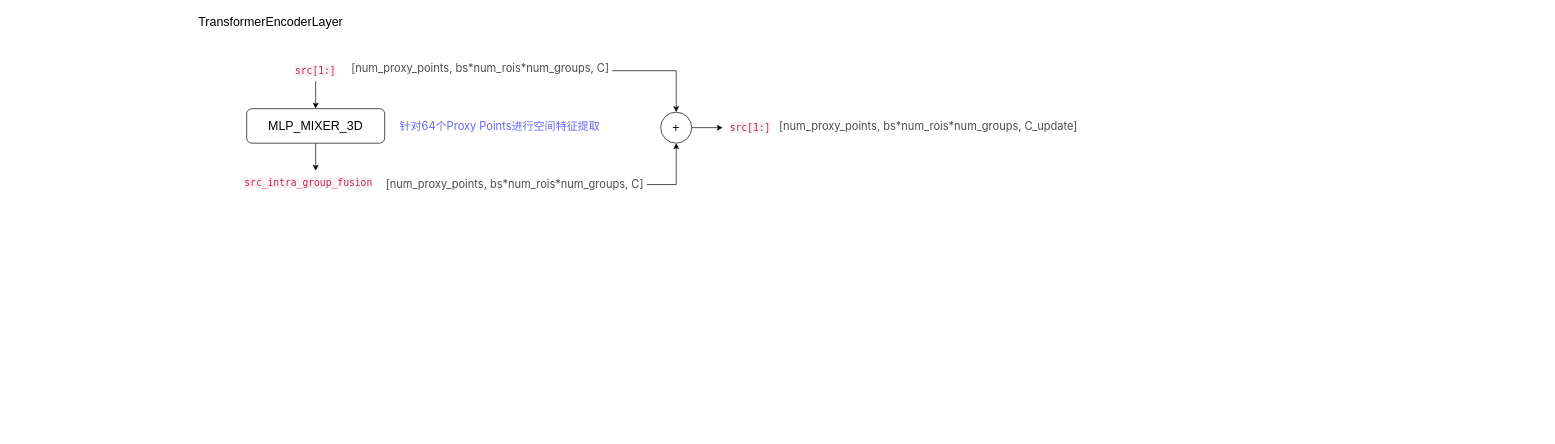
The draw.io diagram mppnet.drawio in wennieWN/UML, before the edit. Source tidied: cells renumbered, new cells numbered last; positions are measured from the earlier drawing's top-left corner, leaving out a move shared by most shapes. Both pictures are drawn from the tidied source at 69%, with x=0, y=0 at pixel (191, 12).
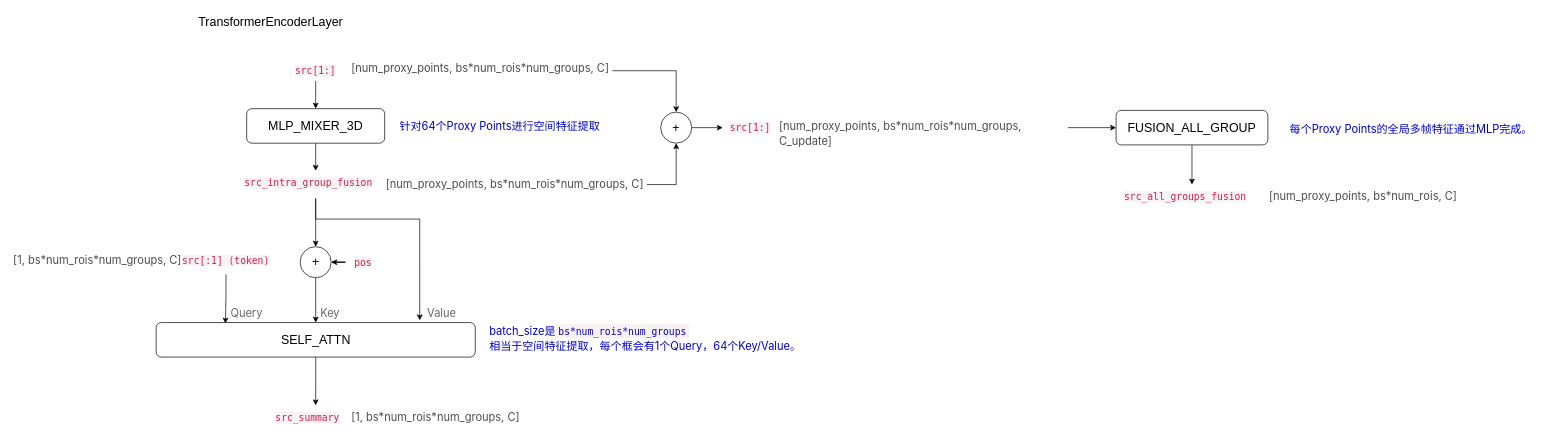
The same page after the edit.

The change refers to these unchanged cells:
```xml
<mxCell id="9" value="&lt;span style=&quot;color: rgb(199, 37, 78); font-family: &amp;quot;Source Code Pro&amp;quot;, &amp;quot;DejaVu Sans Mono&amp;quot;, &amp;quot;Ubuntu Mono&amp;quot;, &amp;quot;Anonymous Pro&amp;quot;, &amp;quot;Droid Sans Mono&amp;quot;, Menlo, Monaco, Consolas, Inconsolata, Courier, monospace, &amp;quot;PingFang SC&amp;quot;, &amp;quot;Microsoft YaHei&amp;quot;, sans-serif; font-size: 14px; font-style: normal; font-variant-ligatures: no-common-ligatures; font-variant-caps: normal; font-weight: 400; letter-spacing: normal; orphans: 2; text-align: start; text-indent: 0px; text-transform: none; widows: 2; word-spacing: 0px; -webkit-text-stroke-width: 0px; background-color: rgb(249, 242, 244); text-decoration-thickness: initial; text-decoration-style: initial; text-decoration-color: initial; float: none; display: inline !important;&quot;&gt;src_intra_group_fusion&lt;/span&gt;" style="text;whiteSpace=wrap;html=1;fontSize=18;" parent="1" vertex="1">
  <mxGeometry x="75" y="230" width="210" height="40" as="geometry" />
</mxCell>
```

Diff of the diagram source:
```diff
@@
+    <mxCell id="17" style="edgeStyle=orthogonalEdgeStyle;rounded=0;jettySize=auto;html=1;entryX=0.5;entryY=0;entryDx=0;entryDy=0;fontSize=18;fontColor=#6666FF;exitX=0.5;exitY=1;exitDx=0;exitDy=0;" parent="1" edge="1" source="9" target="25">
+      <mxGeometry relative="1" as="geometry" />
+    </mxCell>
+    <mxCell id="18" style="edgeStyle=orthogonalEdgeStyle;rounded=0;jettySize=auto;html=1;entryX=0.826;entryY=-0.065;entryDx=0;entryDy=0;entryPerimeter=0;fontSize=18;fontColor=#6666FF;" parent="1" edge="1" source="9" target="23">
+      <mxGeometry relative="1" as="geometry">
+        <Array as="points">
+          <mxPoint x="180" y="300" />
+          <mxPoint x="331" y="300" />
+        </Array>
+      </mxGeometry>
+    </mxCell>
@@
+    <mxCell id="19" style="edgeStyle=orthogonalEdgeStyle;rounded=0;jettySize=auto;html=1;entryX=0;entryY=0.5;entryDx=0;entryDy=0;fontSize=18;fontColor=#0000FF;" parent="1" edge="1" source="15" target="36">
+      <mxGeometry relative="1" as="geometry" />
+    </mxCell>
     <mxCell id="15" value="&lt;span style=&quot;color: rgb(77, 77, 77); font-family: -apple-system, &amp;quot;SF UI Text&amp;quot;, Arial, &amp;quot;PingFang SC&amp;quot;, &amp;quot;Hiragino Sans GB&amp;quot;, &amp;quot;Microsoft YaHei&amp;quot;, &amp;quot;WenQuanYi Micro Hei&amp;quot;, sans-serif; font-size: 16px; font-style: normal; font-variant-ligatures: no-common-ligatures; font-variant-caps: normal; font-weight: 400; letter-spacing: normal; orphans: 2; text-align: start; text-indent: 0px; text-transform: none; widows: 2; word-spacing: 0px; -webkit-text-stroke-width: 0px; background-color: rgb(255, 255, 255); text-decoration-thickness: initial; text-decoration-style: initial; text-decoration-color: initial; float: none; display: inline !important;&quot;&gt;[num_proxy_points, bs*num_rois*num_groups, C_update]&lt;/span&gt;" style="text;whiteSpace=wrap;html=1;fontSize=18;" parent="1" vertex="1">
-      <mxGeometry x="850" y="147.5" width="460" height="40" as="geometry" />
+      <mxGeometry x="850" y="147.5" width="420" height="40" as="geometry" />
     </mxCell>
-    <mxCell id="16" value="&lt;span style=&quot;font-family: -apple-system, &amp;quot;SF UI Text&amp;quot;, Arial, &amp;quot;PingFang SC&amp;quot;, &amp;quot;Hiragino Sans GB&amp;quot;, &amp;quot;Microsoft YaHei&amp;quot;, &amp;quot;WenQuanYi Micro Hei&amp;quot;, sans-serif; font-size: 16px; font-style: normal; font-variant-ligatures: no-common-ligatures; font-variant-caps: normal; font-weight: 400; letter-spacing: normal; orphans: 2; text-align: start; text-indent: 0px; text-transform: none; widows: 2; word-spacing: 0px; -webkit-text-stroke-width: 0px; background-color: rgb(255, 255, 255); text-decoration-thickness: initial; text-decoration-style: initial; text-decoration-color: initial; float: none; display: inline !important;&quot;&gt;&lt;font color=&quot;#6666ff&quot;&gt;针对64个Proxy Points进行空间特征提取&lt;/font&gt;&lt;/span&gt;" style="text;whiteSpace=wrap;html=1;fontSize=18;" parent="1" vertex="1">
+    <mxCell id="16" value="&lt;span style=&quot;font-family: -apple-system, &amp;quot;SF UI Text&amp;quot;, Arial, &amp;quot;PingFang SC&amp;quot;, &amp;quot;Hiragino Sans GB&amp;quot;, &amp;quot;Microsoft YaHei&amp;quot;, &amp;quot;WenQuanYi Micro Hei&amp;quot;, sans-serif; font-size: 16px; font-style: normal; font-variant-ligatures: no-common-ligatures; font-variant-caps: normal; font-weight: 400; letter-spacing: normal; orphans: 2; text-align: start; text-indent: 0px; text-transform: none; widows: 2; word-spacing: 0px; -webkit-text-stroke-width: 0px; background-color: rgb(255, 255, 255); text-decoration-thickness: initial; text-decoration-style: initial; text-decoration-color: initial; float: none; display: inline !important;&quot;&gt;&lt;font&gt;针对64个Proxy Points进行空间特征提取&lt;/font&gt;&lt;/span&gt;" style="text;whiteSpace=wrap;html=1;fontSize=18;fontColor=#0000CC;" parent="1" vertex="1">
       <mxGeometry x="300" y="147.5" width="310" height="40" as="geometry" />
     </mxCell>
+    <mxCell id="20" style="edgeStyle=orthogonalEdgeStyle;rounded=0;jettySize=auto;html=1;entryX=0.217;entryY=0.03;entryDx=0;entryDy=0;fontSize=18;fontColor=#6666FF;entryPerimeter=0;" parent="1" edge="1" source="21" target="23">
+      <mxGeometry relative="1" as="geometry" />
+    </mxCell>
+    <mxCell id="21" value="&lt;span style=&quot;color: rgb(199, 37, 78); font-family: &amp;quot;Source Code Pro&amp;quot;, &amp;quot;DejaVu Sans Mono&amp;quot;, &amp;quot;Ubuntu Mono&amp;quot;, &amp;quot;Anonymous Pro&amp;quot;, &amp;quot;Droid Sans Mono&amp;quot;, Menlo, Monaco, Consolas, Inconsolata, Courier, monospace, &amp;quot;PingFang SC&amp;quot;, &amp;quot;Microsoft YaHei&amp;quot;, sans-serif; font-size: 14px; font-variant-ligatures: no-common-ligatures; text-align: start; background-color: rgb(249, 242, 244);&quot;&gt;src[:1] (token)&lt;/span&gt;" style="text;html=1;strokeColor=none;fillColor=none;align=center;verticalAlign=middle;whiteSpace=wrap;rounded=0;" parent="1" vertex="1">
+      <mxGeometry x="-30" y="340" width="160" height="40" as="geometry" />
+    </mxCell>
+    <mxCell id="22" style="edgeStyle=orthogonalEdgeStyle;rounded=0;jettySize=auto;html=1;entryX=0.5;entryY=0;entryDx=0;entryDy=0;fontSize=18;fontColor=#666666;" parent="1" edge="1" source="23" target="32">
+      <mxGeometry relative="1" as="geometry" />
+    </mxCell>
+    <mxCell id="23" value="SELF_ATTN" style="rounded=1;whiteSpace=wrap;html=1;fontSize=18;" parent="1" vertex="1">
+      <mxGeometry x="-51.2" y="450" width="462.5" height="50" as="geometry" />
+    </mxCell>
+    <mxCell id="24" style="edgeStyle=orthogonalEdgeStyle;rounded=0;jettySize=auto;html=1;fontSize=18;fontColor=#6666FF;" parent="1" edge="1" source="25" target="23">
+      <mxGeometry relative="1" as="geometry" />
+    </mxCell>
+    <mxCell id="25" value="+" style="ellipse;whiteSpace=wrap;html=1;fontSize=18;" parent="1" vertex="1">
+      <mxGeometry x="157.5" y="340" width="45" height="45" as="geometry" />
+    </mxCell>
+    <mxCell id="26" style="edgeStyle=orthogonalEdgeStyle;rounded=0;jettySize=auto;html=1;entryX=1;entryY=0.5;entryDx=0;entryDy=0;fontSize=18;fontColor=#6666FF;" parent="1" edge="1" source="27" target="25">
+      <mxGeometry relative="1" as="geometry" />
+    </mxCell>
+    <mxCell id="27" value="&lt;span style=&quot;color: rgb(199, 37, 78); font-family: &amp;quot;Source Code Pro&amp;quot;, &amp;quot;DejaVu Sans Mono&amp;quot;, &amp;quot;Ubuntu Mono&amp;quot;, &amp;quot;Anonymous Pro&amp;quot;, &amp;quot;Droid Sans Mono&amp;quot;, Menlo, Monaco, Consolas, Inconsolata, Courier, monospace, &amp;quot;PingFang SC&amp;quot;, &amp;quot;Microsoft YaHei&amp;quot;, sans-serif; font-size: 14px; font-variant-ligatures: no-common-ligatures; text-align: start; background-color: rgb(249, 242, 244);&quot;&gt;pos&lt;/span&gt;" style="text;html=1;strokeColor=none;fillColor=none;align=center;verticalAlign=middle;whiteSpace=wrap;rounded=0;" parent="1" vertex="1">
+      <mxGeometry x="224" y="347.5" width="50" height="30" as="geometry" />
+    </mxCell>
+    <mxCell id="28" value="&lt;span style=&quot;font-family: -apple-system, &amp;quot;SF UI Text&amp;quot;, Arial, &amp;quot;PingFang SC&amp;quot;, &amp;quot;Hiragino Sans GB&amp;quot;, &amp;quot;Microsoft YaHei&amp;quot;, &amp;quot;WenQuanYi Micro Hei&amp;quot;, sans-serif; font-size: 16px; font-style: normal; font-variant-ligatures: no-common-ligatures; font-variant-caps: normal; font-weight: 400; letter-spacing: normal; orphans: 2; text-align: start; text-indent: 0px; text-transform: none; widows: 2; word-spacing: 0px; -webkit-text-stroke-width: 0px; background-color: rgb(255, 255, 255); text-decoration-thickness: initial; text-decoration-style: initial; text-decoration-color: initial; float: none; display: inline !important;&quot;&gt;&lt;font color=&quot;#666666&quot;&gt;Query&lt;/font&gt;&lt;/span&gt;" style="text;whiteSpace=wrap;html=1;fontSize=18;" parent="1" vertex="1">
+      <mxGeometry x="55" y="420" width="60" height="40" as="geometry" />
+    </mxCell>
+    <mxCell id="29" value="&lt;span style=&quot;font-family: -apple-system, &amp;quot;SF UI Text&amp;quot;, Arial, &amp;quot;PingFang SC&amp;quot;, &amp;quot;Hiragino Sans GB&amp;quot;, &amp;quot;Microsoft YaHei&amp;quot;, &amp;quot;WenQuanYi Micro Hei&amp;quot;, sans-serif; font-size: 16px; font-style: normal; font-variant-ligatures: no-common-ligatures; font-variant-caps: normal; font-weight: 400; letter-spacing: normal; orphans: 2; text-align: start; text-indent: 0px; text-transform: none; widows: 2; word-spacing: 0px; -webkit-text-stroke-width: 0px; background-color: rgb(255, 255, 255); text-decoration-thickness: initial; text-decoration-style: initial; text-decoration-color: initial; float: none; display: inline !important;&quot;&gt;&lt;font color=&quot;#666666&quot;&gt;Key&lt;/font&gt;&lt;/span&gt;" style="text;whiteSpace=wrap;html=1;fontSize=18;" parent="1" vertex="1">
+      <mxGeometry x="185" y="420" width="60" height="40" as="geometry" />
+    </mxCell>
+    <mxCell id="30" value="&lt;span style=&quot;font-family: -apple-system, &amp;quot;SF UI Text&amp;quot;, Arial, &amp;quot;PingFang SC&amp;quot;, &amp;quot;Hiragino Sans GB&amp;quot;, &amp;quot;Microsoft YaHei&amp;quot;, &amp;quot;WenQuanYi Micro Hei&amp;quot;, sans-serif; font-size: 16px; font-style: normal; font-variant-ligatures: no-common-ligatures; font-variant-caps: normal; font-weight: 400; letter-spacing: normal; orphans: 2; text-align: start; text-indent: 0px; text-transform: none; widows: 2; word-spacing: 0px; -webkit-text-stroke-width: 0px; background-color: rgb(255, 255, 255); text-decoration-thickness: initial; text-decoration-style: initial; text-decoration-color: initial; float: none; display: inline !important;&quot;&gt;&lt;font color=&quot;#666666&quot;&gt;Value&lt;/font&gt;&lt;/span&gt;" style="text;whiteSpace=wrap;html=1;fontSize=18;" parent="1" vertex="1">
+      <mxGeometry x="340" y="420" width="60" height="40" as="geometry" />
+    </mxCell>
+    <mxCell id="31" value="&lt;span style=&quot;color: rgb(77, 77, 77); font-family: -apple-system, &amp;quot;SF UI Text&amp;quot;, Arial, &amp;quot;PingFang SC&amp;quot;, &amp;quot;Hiragino Sans GB&amp;quot;, &amp;quot;Microsoft YaHei&amp;quot;, &amp;quot;WenQuanYi Micro Hei&amp;quot;, sans-serif; font-size: 16px; font-style: normal; font-variant-ligatures: no-common-ligatures; font-variant-caps: normal; font-weight: 400; letter-spacing: normal; orphans: 2; text-align: start; text-indent: 0px; text-transform: none; widows: 2; word-spacing: 0px; -webkit-text-stroke-width: 0px; background-color: rgb(255, 255, 255); text-decoration-thickness: initial; text-decoration-style: initial; text-decoration-color: initial; float: none; display: inline !important;&quot;&gt;[1, bs*num_rois*num_groups, C]&lt;/span&gt;" style="text;whiteSpace=wrap;html=1;fontSize=18;fontColor=#666666;" parent="1" vertex="1">
+      <mxGeometry x="-260" y="342.5" width="260" height="40" as="geometry" />
+    </mxCell>
+    <mxCell id="32" value="&lt;span style=&quot;color: rgb(199, 37, 78); font-family: &amp;quot;Source Code Pro&amp;quot;, &amp;quot;DejaVu Sans Mono&amp;quot;, &amp;quot;Ubuntu Mono&amp;quot;, &amp;quot;Anonymous Pro&amp;quot;, &amp;quot;Droid Sans Mono&amp;quot;, Menlo, Monaco, Consolas, Inconsolata, Courier, monospace, &amp;quot;PingFang SC&amp;quot;, &amp;quot;Microsoft YaHei&amp;quot;, sans-serif; font-size: 14px; font-style: normal; font-variant-ligatures: no-common-ligatures; font-variant-caps: normal; font-weight: 400; letter-spacing: normal; orphans: 2; text-align: start; text-indent: 0px; text-transform: none; widows: 2; word-spacing: 0px; -webkit-text-stroke-width: 0px; background-color: rgb(249, 242, 244); text-decoration-thickness: initial; text-decoration-style: initial; text-decoration-color: initial; float: none; display: inline !important;&quot;&gt;src_summary&lt;/span&gt;" style="text;whiteSpace=wrap;html=1;fontSize=18;fontColor=#666666;" parent="1" vertex="1">
+      <mxGeometry x="120" y="570" width="120" height="40" as="geometry" />
+    </mxCell>
+    <mxCell id="33" value="&lt;span style=&quot;color: rgb(77, 77, 77); font-family: -apple-system, &amp;quot;SF UI Text&amp;quot;, Arial, &amp;quot;PingFang SC&amp;quot;, &amp;quot;Hiragino Sans GB&amp;quot;, &amp;quot;Microsoft YaHei&amp;quot;, &amp;quot;WenQuanYi Micro Hei&amp;quot;, sans-serif; font-size: 16px; font-style: normal; font-variant-ligatures: no-common-ligatures; font-variant-caps: normal; font-weight: 400; letter-spacing: normal; orphans: 2; text-align: start; text-indent: 0px; text-transform: none; widows: 2; word-spacing: 0px; -webkit-text-stroke-width: 0px; background-color: rgb(255, 255, 255); text-decoration-thickness: initial; text-decoration-style: initial; text-decoration-color: initial; float: none; display: inline !important;&quot;&gt;[1, bs*num_rois*num_groups, C]&lt;/span&gt;" style="text;whiteSpace=wrap;html=1;fontSize=18;fontColor=#666666;" parent="1" vertex="1">
+      <mxGeometry x="230" y="570" width="260" height="40" as="geometry" />
+    </mxCell>
+    <mxCell id="34" value="&lt;span style=&quot;font-family: -apple-system, &amp;quot;SF UI Text&amp;quot;, Arial, &amp;quot;PingFang SC&amp;quot;, &amp;quot;Hiragino Sans GB&amp;quot;, &amp;quot;Microsoft YaHei&amp;quot;, &amp;quot;WenQuanYi Micro Hei&amp;quot;, sans-serif; font-size: 16px; font-style: normal; font-variant-ligatures: no-common-ligatures; font-variant-caps: normal; font-weight: 400; letter-spacing: normal; orphans: 2; text-align: start; text-indent: 0px; text-transform: none; widows: 2; word-spacing: 0px; -webkit-text-stroke-width: 0px; background-color: rgb(255, 255, 255); text-decoration-thickness: initial; text-decoration-style: initial; text-decoration-color: initial; float: none; display: inline !important;&quot;&gt;batch_size是&lt;/span&gt;&lt;code style=&quot;box-sizing: border-box; outline: 0px; font-family: &amp;quot;Source Code Pro&amp;quot;, &amp;quot;DejaVu Sans Mono&amp;quot;, &amp;quot;Ubuntu Mono&amp;quot;, &amp;quot;Anonymous Pro&amp;quot;, &amp;quot;Droid Sans Mono&amp;quot;, Menlo, Monaco, Consolas, Inconsolata, Courier, monospace, &amp;quot;PingFang SC&amp;quot;, &amp;quot;Microsoft YaHei&amp;quot;, sans-serif; font-size: 14px; line-height: 22px; background-color: rgb(249, 242, 244); border-radius: 2px; padding: 2px 4px; overflow-wrap: break-word; font-style: normal; font-variant-ligatures: no-common-ligatures; font-variant-caps: normal; font-weight: 400; letter-spacing: normal; orphans: 2; text-align: start; text-indent: 0px; text-transform: none; widows: 2; word-spacing: 0px; -webkit-text-stroke-width: 0px; text-decoration-thickness: initial; text-decoration-style: initial; text-decoration-color: initial;&quot;&gt;bs*num_rois*num_groups&lt;/code&gt;&lt;br style=&quot;box-sizing: border-box; outline: 0px; overflow-wrap: break-word; font-family: -apple-system, &amp;quot;SF UI Text&amp;quot;, Arial, &amp;quot;PingFang SC&amp;quot;, &amp;quot;Hiragino Sans GB&amp;quot;, &amp;quot;Microsoft YaHei&amp;quot;, &amp;quot;WenQuanYi Micro Hei&amp;quot;, sans-serif; font-size: 16px; font-style: normal; font-variant-ligatures: no-common-ligatures; font-variant-caps: normal; font-weight: 400; letter-spacing: normal; orphans: 2; text-align: start; text-indent: 0px; text-transform: none; widows: 2; word-spacing: 0px; -webkit-text-stroke-width: 0px; background-color: rgb(255, 255, 255); text-decoration-thickness: initial; text-decoration-style: initial; text-decoration-color: initial;&quot;&gt;&lt;span style=&quot;font-family: -apple-system, &amp;quot;SF UI Text&amp;quot;, Arial, &amp;quot;PingFang SC&amp;quot;, &amp;quot;Hiragino Sans GB&amp;quot;, &amp;quot;Microsoft YaHei&amp;quot;, &amp;quot;WenQuanYi Micro Hei&amp;quot;, sans-serif; font-size: 16px; font-style: normal; font-variant-ligatures: no-common-ligatures; font-variant-caps: normal; font-weight: 400; letter-spacing: normal; orphans: 2; text-align: start; text-indent: 0px; text-transform: none; widows: 2; word-spacing: 0px; -webkit-text-stroke-width: 0px; background-color: rgb(255, 255, 255); text-decoration-thickness: initial; text-decoration-style: initial; text-decoration-color: initial; float: none; display: inline !important;&quot;&gt;相当于空间特征提取，每个框会有1个Query，64个Key/Value。&lt;/span&gt;" style="text;whiteSpace=wrap;html=1;fontSize=18;fontColor=#0000CC;" parent="1" vertex="1">
+      <mxGeometry x="430" y="445" width="470" height="60" as="geometry" />
+    </mxCell>
+    <mxCell id="35" style="edgeStyle=orthogonalEdgeStyle;rounded=0;jettySize=auto;html=1;entryX=0.5;entryY=0;entryDx=0;entryDy=0;fontSize=18;fontColor=#0000CC;" parent="1" edge="1" source="36" target="37">
+      <mxGeometry relative="1" as="geometry" />
+    </mxCell>
+    <mxCell id="36" value="FUSION_ALL_GROUP" style="rounded=1;whiteSpace=wrap;html=1;fontSize=18;" parent="1" vertex="1">
+      <mxGeometry x="1340" y="142.5" width="220" height="50" as="geometry" />
+    </mxCell>
+    <mxCell id="37" value="&lt;span style=&quot;color: rgb(199, 37, 78); font-family: &amp;quot;Source Code Pro&amp;quot;, &amp;quot;DejaVu Sans Mono&amp;quot;, &amp;quot;Ubuntu Mono&amp;quot;, &amp;quot;Anonymous Pro&amp;quot;, &amp;quot;Droid Sans Mono&amp;quot;, Menlo, Monaco, Consolas, Inconsolata, Courier, monospace, &amp;quot;PingFang SC&amp;quot;, &amp;quot;Microsoft YaHei&amp;quot;, sans-serif; font-size: 14px; font-style: normal; font-variant-ligatures: no-common-ligatures; font-variant-caps: normal; font-weight: 400; letter-spacing: normal; orphans: 2; text-align: start; text-indent: 0px; text-transform: none; widows: 2; word-spacing: 0px; -webkit-text-stroke-width: 0px; background-color: rgb(249, 242, 244); text-decoration-thickness: initial; text-decoration-style: initial; text-decoration-color: initial; float: none; display: inline !important;&quot;&gt;src_all_groups_fusion&lt;/span&gt;" style="text;whiteSpace=wrap;html=1;fontSize=18;fontColor=#0000FF;" parent="1" vertex="1">
+      <mxGeometry x="1350" y="250" width="200" height="40" as="geometry" />
+    </mxCell>
+    <mxCell id="38" value="&lt;span style=&quot;color: rgb(77, 77, 77); font-family: -apple-system, &amp;quot;SF UI Text&amp;quot;, Arial, &amp;quot;PingFang SC&amp;quot;, &amp;quot;Hiragino Sans GB&amp;quot;, &amp;quot;Microsoft YaHei&amp;quot;, &amp;quot;WenQuanYi Micro Hei&amp;quot;, sans-serif; font-size: 16px; font-style: normal; font-variant-ligatures: no-common-ligatures; font-variant-caps: normal; font-weight: 400; letter-spacing: normal; orphans: 2; text-align: start; text-indent: 0px; text-transform: none; widows: 2; word-spacing: 0px; -webkit-text-stroke-width: 0px; background-color: rgb(255, 255, 255); text-decoration-thickness: initial; text-decoration-style: initial; text-decoration-color: initial; float: none; display: inline !important;&quot;&gt;[num_proxy_points, bs*num_rois, C]&lt;/span&gt;" style="text;whiteSpace=wrap;html=1;fontSize=18;fontColor=#0000FF;" parent="1" vertex="1">
+      <mxGeometry x="1560" y="250" width="280" height="40" as="geometry" />
+    </mxCell>
+    <mxCell id="39" value="&lt;span style=&quot;font-family: -apple-system, &amp;quot;SF UI Text&amp;quot;, Arial, &amp;quot;PingFang SC&amp;quot;, &amp;quot;Hiragino Sans GB&amp;quot;, &amp;quot;Microsoft YaHei&amp;quot;, &amp;quot;WenQuanYi Micro Hei&amp;quot;, sans-serif; font-size: 16px; font-style: normal; font-variant-ligatures: no-common-ligatures; font-variant-caps: normal; font-weight: 400; letter-spacing: normal; orphans: 2; text-align: start; text-indent: 0px; text-transform: none; widows: 2; word-spacing: 0px; -webkit-text-stroke-width: 0px; background-color: rgb(255, 255, 255); text-decoration-thickness: initial; text-decoration-style: initial; text-decoration-color: initial; float: none; display: inline !important;&quot;&gt;每个Proxy Points的全局多帧特征通过MLP完成。&lt;/span&gt;" style="text;whiteSpace=wrap;html=1;fontSize=18;fontColor=#0000CC;" parent="1" vertex="1">
+      <mxGeometry x="1590" y="152.5" width="370" height="40" as="geometry" />
+    </mxCell>
```
